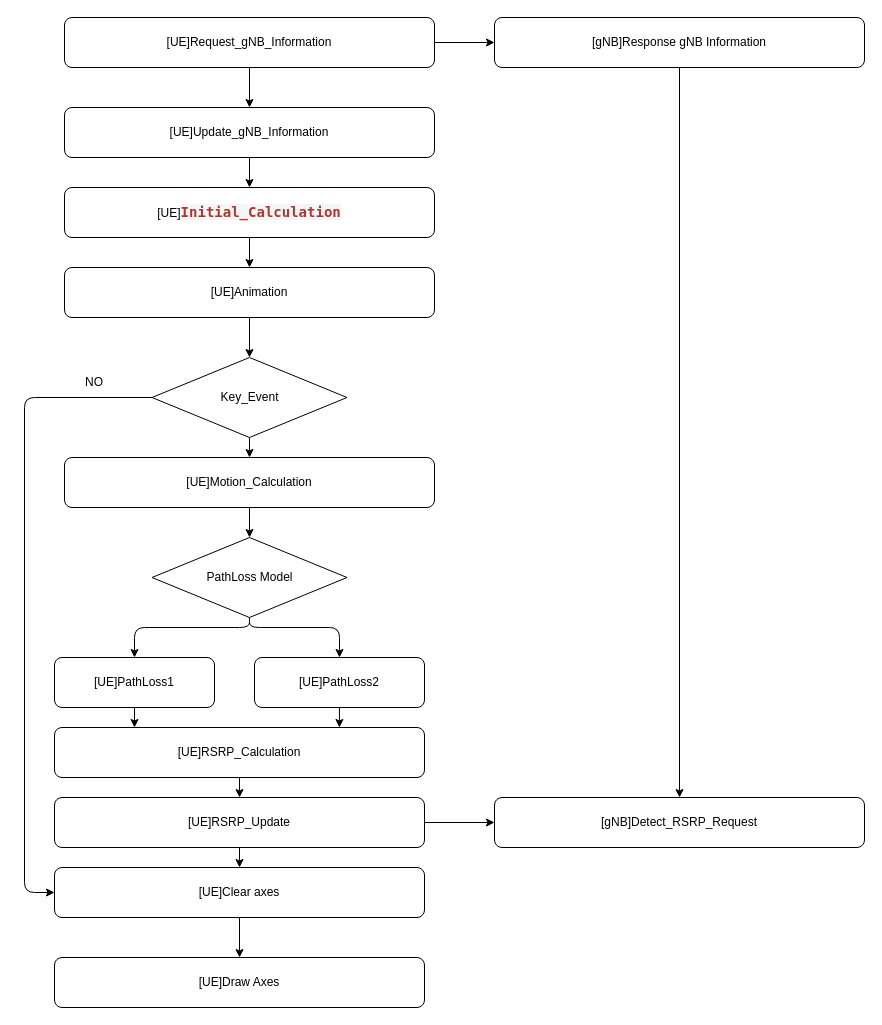
Before: page "Flow Chart" (2 of 2) of Images/RSRP_Detection.drawio in TsaiChuWang/Cloud-RAN-Simulation-Electronic-Fence-Based-on-NFV, a draw.io diagram. Source tidied: cells renumbered, new cells numbered last; positions are measured from the earlier drawing's top-left corner, leaving out a move shared by most shapes. Both pictures are drawn from the tidied source at 100%, with x=0, y=0 at pixel (24, 17).
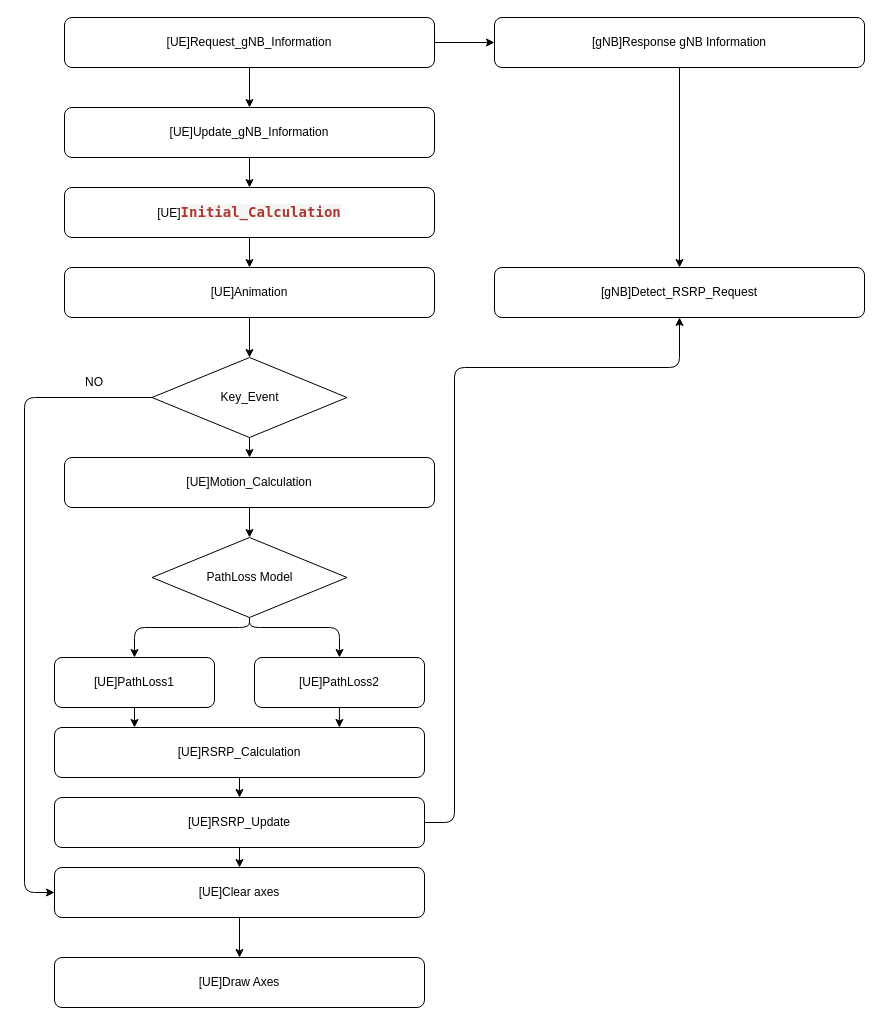
After the change.

Unchanged cells that the change refers to:
```xml
<mxCell id="33" value="[UE]RSRP_Update" style="rounded=1;whiteSpace=wrap;html=1;" parent="1" vertex="1">
  <mxGeometry x="30" y="780" width="370" height="50" as="geometry" />
</mxCell>
```

Change to the diagram source:
```diff
@@
-    <mxCell id="32" style="edgeStyle=none;html=1;" parent="1" edge="1" source="33" target="34">
-      <mxGeometry relative="1" as="geometry" />
+    <mxCell id="32" style="edgeStyle=none;html=1;exitX=1;exitY=0.5;exitDx=0;exitDy=0;" parent="1" edge="1" source="33" target="34">
+      <mxGeometry relative="1" as="geometry">
+        <Array as="points">
+          <mxPoint x="430" y="805" />
+          <mxPoint x="430" y="350" />
+          <mxPoint x="655" y="350" />
+        </Array>
+      </mxGeometry>
     </mxCell>
@@
     <mxCell id="34" value="[gNB]Detect_RSRP_Request" style="rounded=1;whiteSpace=wrap;html=1;" parent="1" vertex="1">
-      <mxGeometry x="470" y="780" width="370" height="50" as="geometry" />
+      <mxGeometry x="470" y="250" width="370" height="50" as="geometry" />
     </mxCell>
```
